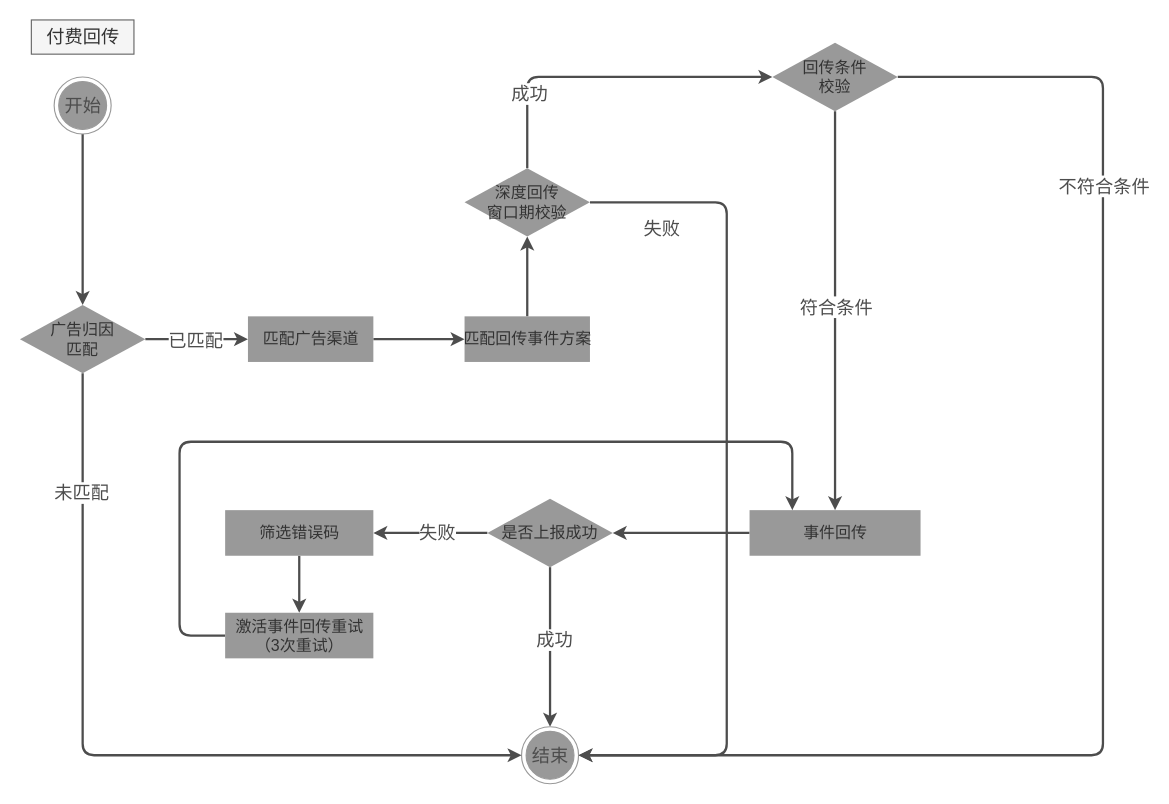
Earlier version of the draw.io diagram page "付费回传流程" (4 of 14) of src/draw/广告投放系统.drawio (y13513867074/draw). Source tidied: cells renumbered, new cells numbered last; positions are measured from the earlier drawing's top-left corner, leaving out a move shared by most shapes. Both pictures are drawn from the tidied source at 114%, with x=0, y=0 at pixel (19, 19).
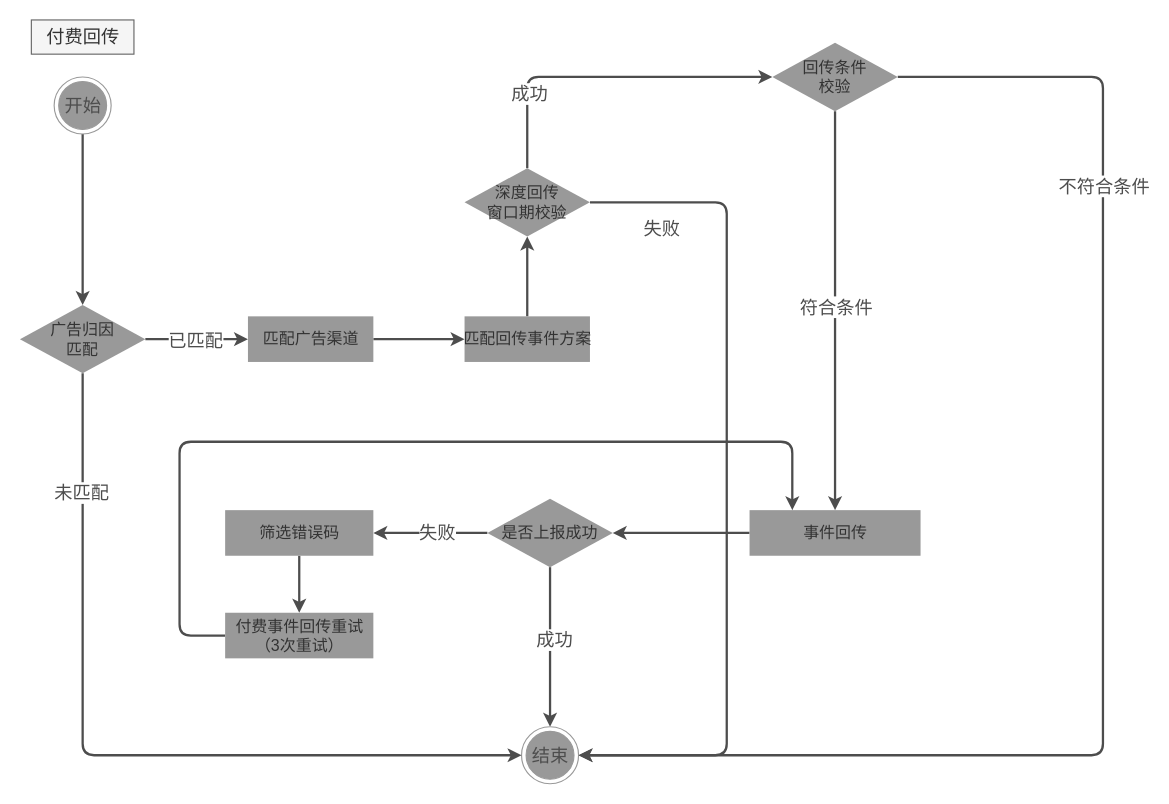
After the change.

Diff of the diagram source:
```diff
@@
-    <mxCell id="24" value="激活事件回传重试&lt;br&gt;（3次重试）" style="html=1;rounded=0;shadow=0;glass=0;labelBorderColor=none;strokeColor=none;fontFamily=Helvetica;fontSize=14;fontColor=#333333;startSize=23;fillColor=#999999;arcSize=8;strokeWidth=1;flipV=1;flipH=1;sketch=0;" parent="1" vertex="1">
+    <mxCell id="24" value="付费事件回传重试&lt;br&gt;（3次重试）" style="html=1;rounded=0;shadow=0;glass=0;labelBorderColor=none;strokeColor=none;fontFamily=Helvetica;fontSize=14;fontColor=#333333;startSize=23;fillColor=#999999;arcSize=8;strokeWidth=1;flipV=1;flipH=1;sketch=0;" parent="1" vertex="1">
       <mxGeometry x="180" y="520" width="130" height="40" as="geometry" />
     </mxCell>
```
